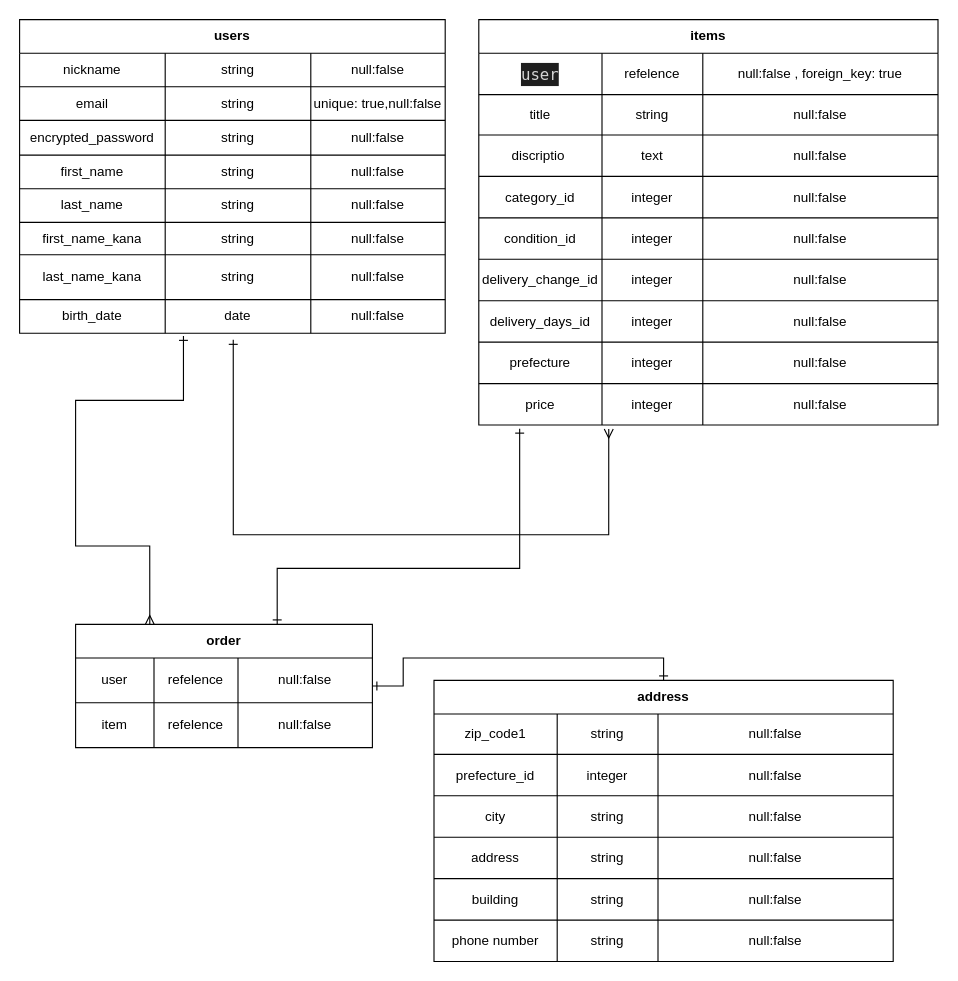
Earlier version of the draw.io diagram er.dio (songman78/furima-34543). Source tidied: cells renumbered, new cells numbered last; positions are measured from the earlier drawing's top-left corner, leaving out a move shared by most shapes. Both pictures are drawn from the tidied source at 112%, with x=0, y=0 at pixel (19, 19).
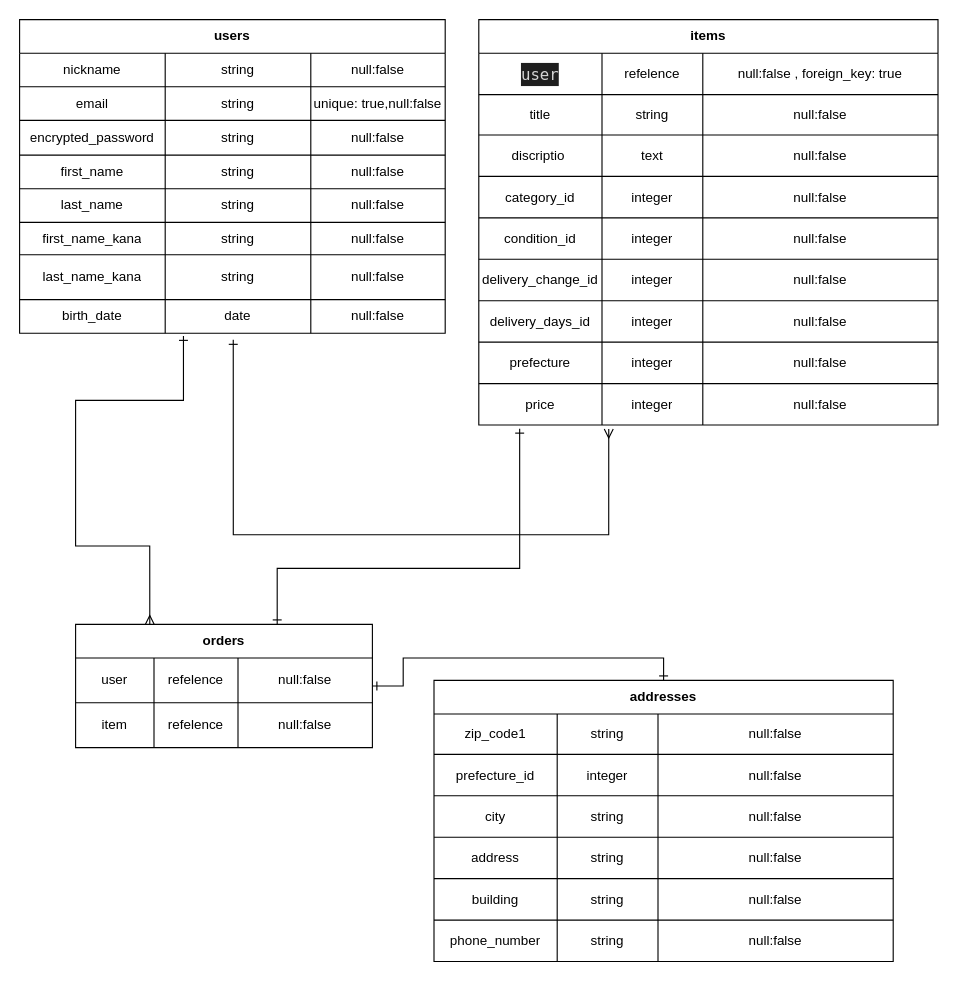
After the change.

Unchanged cells that the change refers to:
```xml
<mxCell id="106" style="shape=partialRectangle;html=1;whiteSpace=wrap;fillColor=none;top=0;left=0;bottom=0;right=0;" parent="85" vertex="1">
  <mxGeometry y="214" width="410" height="37" as="geometry" />
</mxCell>
```

The edit, as a diff of the source:
```diff
@@
-    <mxCell id="75" value="order" style="shape=table;html=1;whiteSpace=wrap;startSize=30;childLayout=tableLayout;fontStyle=1;align=center;" parent="1" vertex="1">
+    <mxCell id="75" value="orders" style="shape=table;html=1;whiteSpace=wrap;startSize=30;childLayout=tableLayout;fontStyle=1;align=center;" parent="1" vertex="1">
       <mxGeometry x="50" y="540" width="265" height="110" as="geometry" />
     </mxCell>
@@
-    <mxCell id="85" value="address" style="shape=table;html=1;whiteSpace=wrap;startSize=30;childLayout=tableLayout;fontStyle=1;align=center;" parent="1" vertex="1">
+    <mxCell id="85" value="addresses" style="shape=table;html=1;whiteSpace=wrap;startSize=30;childLayout=tableLayout;fontStyle=1;align=center;" parent="1" vertex="1">
       <mxGeometry x="370" y="590" width="410" height="251" as="geometry" />
     </mxCell>
@@
-    <mxCell id="107" value="phone number" style="shape=partialRectangle;html=1;whiteSpace=wrap;fillColor=none;top=0;left=0;bottom=0;right=0;overflow=hidden;" parent="106" vertex="1">
+    <mxCell id="107" value="phone_number" style="shape=partialRectangle;html=1;whiteSpace=wrap;fillColor=none;top=0;left=0;bottom=0;right=0;overflow=hidden;" parent="106" vertex="1">
       <mxGeometry width="110" height="37" as="geometry" />
     </mxCell>
```
